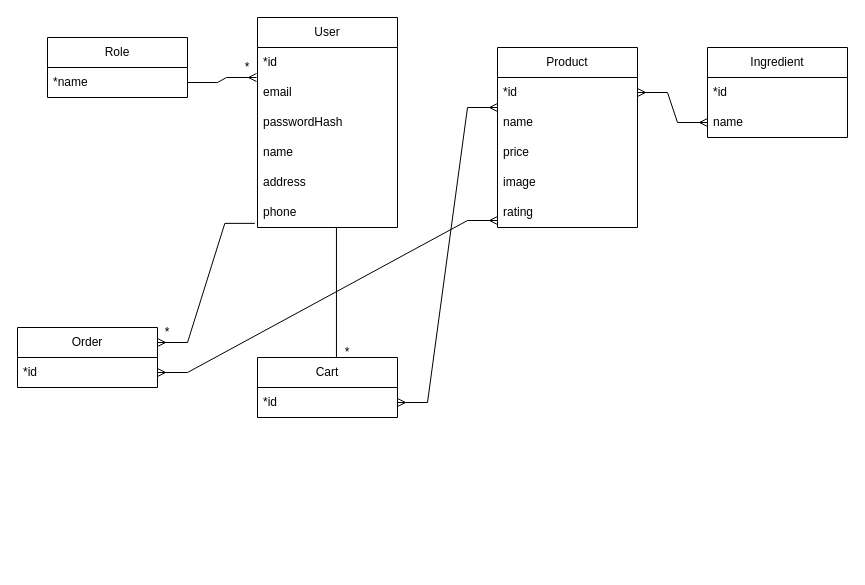
fevoritos/kentucky-baked-pizza keeps this draw.io diagram as page "Страница — 1" (1 of 2) of database.drawio. Above is the earlier version. Source tidied: cells renumbered, new cells numbered last; positions are measured from the earlier drawing's top-left corner, leaving out a move shared by most shapes. Both pictures are drawn from the tidied source at 100%, with x=0, y=0 at pixel (17, 17).
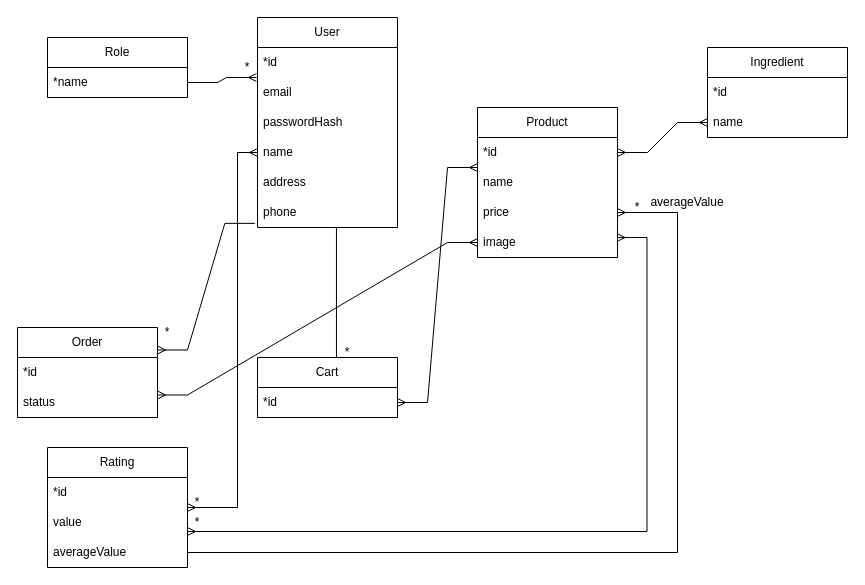
The same page after the edit.

The change refers to these unchanged cells:
```xml
<mxCell id="6" value="name" style="text;strokeColor=none;fillColor=none;align=left;verticalAlign=middle;spacingLeft=4;spacingRight=4;overflow=hidden;points=[[0,0.5],[1,0.5]];portConstraint=eastwest;whiteSpace=wrap;html=1;" parent="2" vertex="1">
  <mxGeometry y="120" width="140" height="30" as="geometry" />
</mxCell>
<mxCell id="12" value="price" style="text;strokeColor=none;fillColor=none;align=left;verticalAlign=middle;spacingLeft=4;spacingRight=4;overflow=hidden;points=[[0,0.5],[1,0.5]];portConstraint=eastwest;whiteSpace=wrap;html=1;" parent="9" vertex="1">
  <mxGeometry y="90" width="140" height="30" as="geometry" />
</mxCell>
<mxCell id="13" value="image" style="text;strokeColor=none;fillColor=none;align=left;verticalAlign=middle;spacingLeft=4;spacingRight=4;overflow=hidden;points=[[0,0.5],[1,0.5]];portConstraint=eastwest;whiteSpace=wrap;html=1;" parent="9" vertex="1">
  <mxGeometry y="120" width="140" height="30" as="geometry" />
</mxCell>
```

Change to the diagram source:
```diff
@@
     <mxCell id="9" value="Product" style="swimlane;fontStyle=0;horizontal=1;startSize=30;whiteSpace=wrap;html=1;" parent="1" vertex="1">
-      <mxGeometry x="480" y="30" width="140" height="180" as="geometry" />
+      <mxGeometry x="460" y="90" width="140" height="150" as="geometry" />
     </mxCell>
@@
-    <mxCell id="14" value="rating" style="text;strokeColor=none;fillColor=none;align=left;verticalAlign=middle;spacingLeft=4;spacingRight=4;overflow=hidden;whiteSpace=wrap;html=1;" parent="9" vertex="1">
-      <mxGeometry y="150" width="140" height="30" as="geometry" />
-    </mxCell>
@@
     <mxCell id="28" value="Order" style="swimlane;fontStyle=0;horizontal=1;startSize=30;whiteSpace=wrap;html=1;" parent="1" vertex="1">
-      <mxGeometry y="310" width="140" height="60" as="geometry" />
+      <mxGeometry y="310" width="140" height="90" as="geometry" />
     </mxCell>
@@
+    <mxCell id="33" value="status" style="text;strokeColor=none;fillColor=none;align=left;verticalAlign=middle;spacingLeft=4;spacingRight=4;overflow=hidden;whiteSpace=wrap;html=1;" parent="28" vertex="1">
+      <mxGeometry y="60" width="140" height="30" as="geometry" />
+    </mxCell>
@@
-    <mxCell id="32" style="edgeStyle=entityRelationEdgeStyle;fontSize=12;html=1;endArrow=ERmany;startArrow=ERmany;rounded=0;exitX=1;exitY=0.75;exitDx=0;exitDy=0;" parent="1" edge="1" source="28">
+    <mxCell id="32" style="edgeStyle=entityRelationEdgeStyle;fontSize=12;html=1;endArrow=ERmany;startArrow=ERmany;rounded=0;exitX=1;exitY=0.75;exitDx=0;exitDy=0;entryX=0;entryY=0.5;entryDx=0;entryDy=0;" parent="1" edge="1" source="28" target="13">
       <mxGeometry relative="1" as="geometry">
-        <mxPoint x="480" y="203" as="targetPoint" />
         <Array as="points">
           <mxPoint x="280" y="350" />
           <mxPoint x="280" y="350" />
           <mxPoint x="410" y="250" />
           <mxPoint x="380" y="300" />
         </Array>
       </mxGeometry>
     </mxCell>
+    <mxCell id="34" value="Rating" style="swimlane;fontStyle=0;horizontal=1;startSize=30;whiteSpace=wrap;html=1;" parent="1" vertex="1">
+      <mxGeometry x="30" y="430" width="140" height="120" as="geometry" />
+    </mxCell>
+    <mxCell id="35" value="*id" style="text;strokeColor=none;fillColor=none;align=left;verticalAlign=middle;spacingLeft=4;spacingRight=4;overflow=hidden;whiteSpace=wrap;html=1;" parent="34" vertex="1">
+      <mxGeometry y="30" width="140" height="30" as="geometry" />
+    </mxCell>
+    <mxCell id="36" value="value" style="text;strokeColor=none;fillColor=none;align=left;verticalAlign=middle;spacingLeft=4;spacingRight=4;overflow=hidden;points=[[0,0.5],[1,0.5]];portConstraint=eastwest;whiteSpace=wrap;html=1;" parent="34" vertex="1">
+      <mxGeometry y="60" width="140" height="30" as="geometry" />
+    </mxCell>
+    <mxCell id="37" value="&lt;span style=&quot;white-space-collapse: preserve;&quot;&gt;averageValue&lt;/span&gt;" style="text;strokeColor=none;fillColor=none;align=left;verticalAlign=middle;spacingLeft=4;spacingRight=4;overflow=hidden;points=[[0,0.5],[1,0.5]];portConstraint=eastwest;whiteSpace=wrap;html=1;" parent="34" vertex="1">
+      <mxGeometry y="90" width="140" height="30" as="geometry" />
+    </mxCell>
+    <mxCell id="38" style="edgeStyle=elbowEdgeStyle;fontSize=12;html=1;endArrow=ERmany;startArrow=ERmany;rounded=0;entryX=0;entryY=0.5;entryDx=0;entryDy=0;" parent="1" edge="1" source="34" target="6">
+      <mxGeometry relative="1" as="geometry">
+        <Array as="points">
+          <mxPoint x="220" y="310" />
+        </Array>
+      </mxGeometry>
+    </mxCell>
+    <mxCell id="39" style="edgeStyle=elbowEdgeStyle;fontSize=12;html=1;endArrow=ERmany;rounded=0;exitX=1;exitY=0.5;exitDx=0;exitDy=0;entryX=1;entryY=0.5;entryDx=0;entryDy=0;" parent="1" edge="1" source="37" target="12">
+      <mxGeometry relative="1" as="geometry">
+        <Array as="points">
+          <mxPoint x="660" y="300" />
+        </Array>
+      </mxGeometry>
+    </mxCell>
+    <mxCell id="40" value="*" style="text;html=1;whiteSpace=wrap;strokeColor=none;fillColor=none;align=center;verticalAlign=middle;rounded=0;" parent="1" vertex="1">
+      <mxGeometry x="150" y="470" width="60" height="30" as="geometry" />
+    </mxCell>
+    <mxCell id="41" value="*" style="text;html=1;whiteSpace=wrap;strokeColor=none;fillColor=none;align=center;verticalAlign=middle;rounded=0;" parent="1" vertex="1">
+      <mxGeometry x="590" y="180" width="60" height="20" as="geometry" />
+    </mxCell>
+    <mxCell id="42" style="edgeStyle=elbowEdgeStyle;fontSize=12;html=1;endArrow=ERmany;startArrow=ERmany;rounded=0;exitX=1;exitY=0.8;exitDx=0;exitDy=0;exitPerimeter=0;" parent="1" edge="1" source="36">
+      <mxGeometry relative="1" as="geometry">
+        <mxPoint x="599.5" y="220" as="targetPoint" />
+        <Array as="points">
+          <mxPoint x="629.5" y="300" />
+        </Array>
+      </mxGeometry>
+    </mxCell>
+    <mxCell id="43" value="averageValue" style="text;html=1;whiteSpace=wrap;strokeColor=none;fillColor=none;align=center;verticalAlign=middle;rounded=0;" parent="1" vertex="1">
+      <mxGeometry x="640" y="170" width="60" height="30" as="geometry" />
+    </mxCell>
+    <mxCell id="44" value="*" style="text;html=1;whiteSpace=wrap;strokeColor=none;fillColor=none;align=center;verticalAlign=middle;rounded=0;" parent="1" vertex="1">
+      <mxGeometry x="150" y="490" width="60" height="30" as="geometry" />
+    </mxCell>
```
